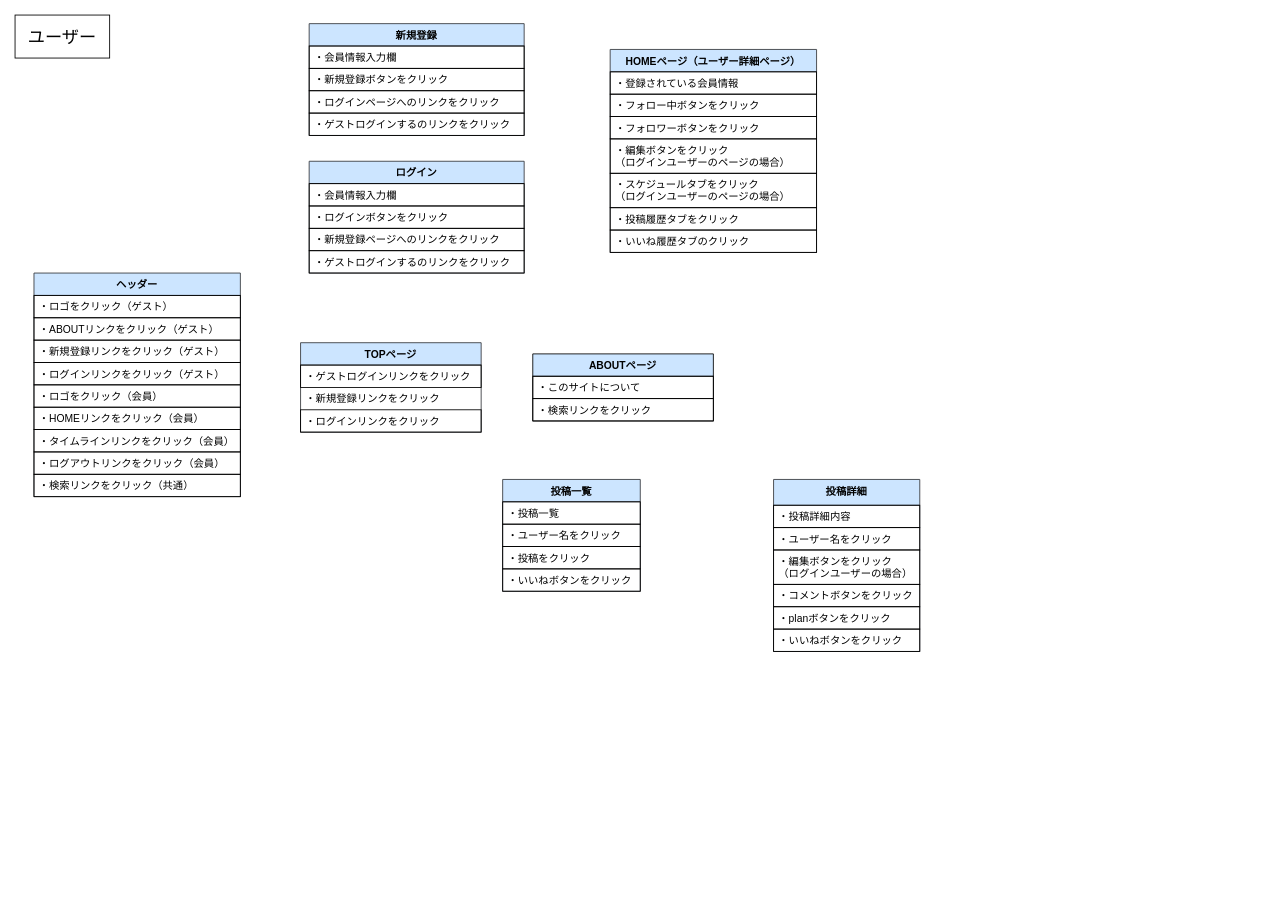
The draw.io diagram page "user" (1 of 2) of ui_flows.drawio in JunkiYuasa/trip_planning, before the edit. Source tidied: cells renumbered, new cells numbered last; positions are measured from the earlier drawing's top-left corner, leaving out a move shared by most shapes. Both pictures are drawn from the tidied source at 86%, with x=0, y=0 at pixel (15, 15).
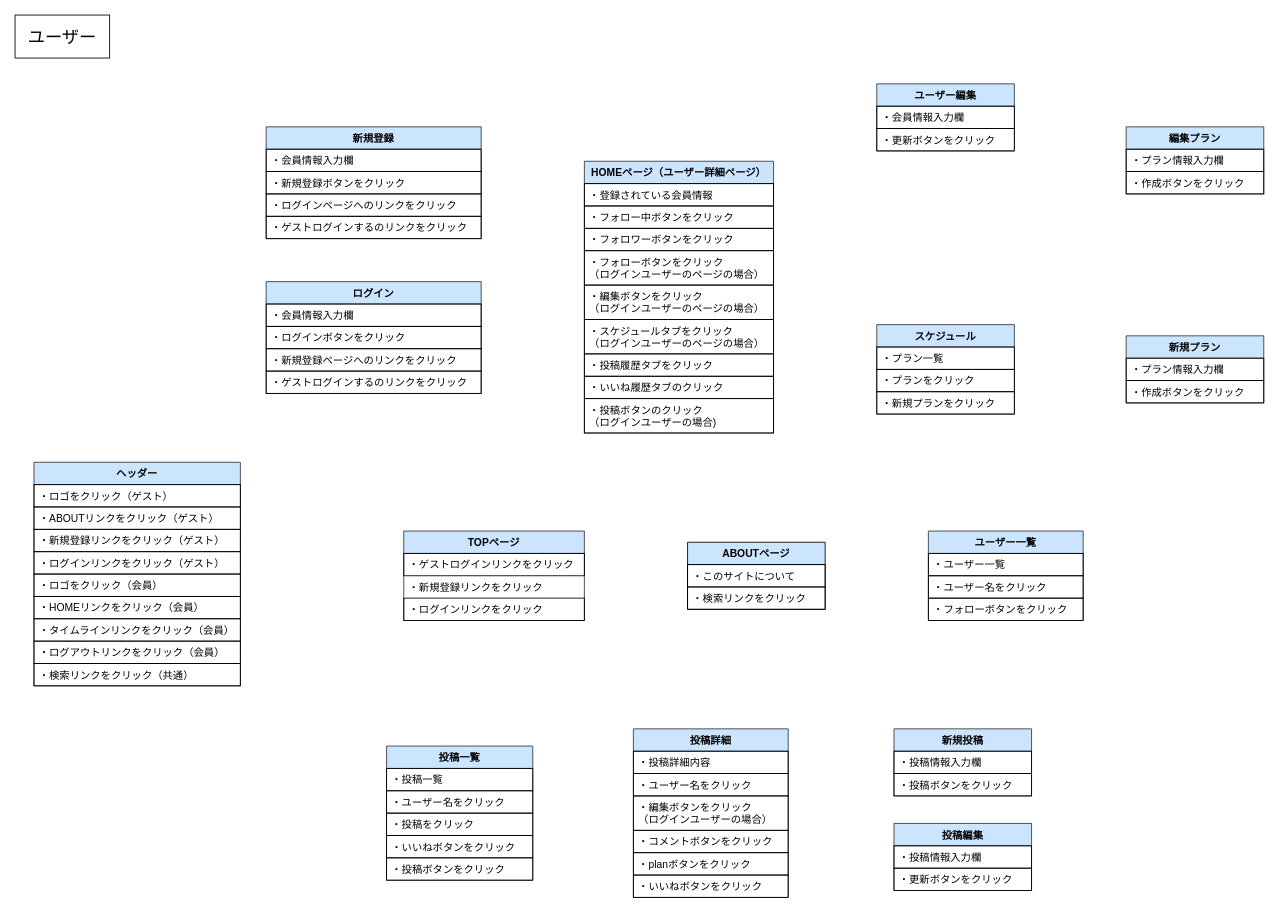
Above is the later version.

Commit message (it also covers changes not shown here):
ui_flows.drawio を更新します

Change to the diagram source:
```diff
@@
     <mxCell id="3" value="TOPページ" style="swimlane;fontStyle=1;align=center;verticalAlign=top;horizontal=1;startSize=26;whiteSpace=wrap;html=1;strokeColor=#36393d;spacingLeft=4;spacingRight=4;fontFamily=Helvetica;fontSize=12;fillColor=#cce5ff;" parent="1" vertex="1">
-      <mxGeometry x="332" y="381" width="210" height="104" as="geometry" />
+      <mxGeometry x="452" y="600" width="210" height="104" as="geometry" />
     </mxCell>
@@
     <mxCell id="7" value="ヘッダー" style="swimlane;fontStyle=1;align=center;verticalAlign=top;horizontal=1;startSize=26;whiteSpace=wrap;html=1;strokeColor=#36393d;spacingLeft=4;spacingRight=4;fontFamily=Helvetica;fontSize=12;fillColor=#cce5ff;" parent="1" vertex="1">
-      <mxGeometry x="22" y="300" width="240" height="260" as="geometry" />
+      <mxGeometry x="22" y="520" width="240" height="260" as="geometry" />
     </mxCell>
@@
     <mxCell id="17" value="新規登録" style="swimlane;fontStyle=1;align=center;verticalAlign=top;horizontal=1;startSize=26;whiteSpace=wrap;html=1;strokeColor=#36393d;spacingLeft=4;spacingRight=4;fontFamily=Helvetica;fontSize=12;fillColor=#cce5ff;" parent="1" vertex="1">
-      <mxGeometry x="342" y="10" width="250" height="130" as="geometry" />
+      <mxGeometry x="292" y="130" width="250" height="130" as="geometry" />
     </mxCell>
@@
     <mxCell id="22" value="ABOUTページ" style="swimlane;fontStyle=1;align=center;verticalAlign=top;horizontal=1;startSize=26;whiteSpace=wrap;html=1;spacingLeft=4;spacingRight=4;fontFamily=Helvetica;fontSize=12;fillColor=#cce5ff;strokeColor=default;" parent="1" vertex="1">
-      <mxGeometry x="602" y="394" width="210" height="78" as="geometry" />
+      <mxGeometry x="782" y="613" width="160" height="78" as="geometry" />
     </mxCell>
     <mxCell id="23" value="・このサイトについて" style="text;strokeColor=default;fillColor=none;align=left;verticalAlign=top;spacingLeft=4;spacingRight=4;overflow=hidden;whiteSpace=wrap;html=1;fontFamily=Helvetica;fontSize=12;fontColor=default;" parent="22" vertex="1">
-      <mxGeometry y="26" width="210" height="26" as="geometry" />
+      <mxGeometry y="26" width="160" height="26" as="geometry" />
     </mxCell>
     <mxCell id="24" value="・検索リンクをクリック" style="text;strokeColor=default;fillColor=none;align=left;verticalAlign=top;spacingLeft=4;spacingRight=4;overflow=hidden;whiteSpace=wrap;html=1;fontFamily=Helvetica;fontSize=12;fontColor=default;" parent="22" vertex="1">
-      <mxGeometry y="52" width="210" height="26" as="geometry" />
+      <mxGeometry y="52" width="160" height="26" as="geometry" />
     </mxCell>
     <mxCell id="25" value="ログイン" style="swimlane;fontStyle=1;align=center;verticalAlign=top;horizontal=1;startSize=26;whiteSpace=wrap;html=1;strokeColor=#36393d;spacingLeft=4;spacingRight=4;fontFamily=Helvetica;fontSize=12;fillColor=#cce5ff;" parent="1" vertex="1">
-      <mxGeometry x="342" y="170" width="250" height="130" as="geometry" />
+      <mxGeometry x="292" y="310" width="250" height="130" as="geometry" />
     </mxCell>
@@
     <mxCell id="30" value="HOMEページ（ユーザー詳細ページ）" style="swimlane;fontStyle=1;align=center;verticalAlign=top;horizontal=1;startSize=26;whiteSpace=wrap;html=1;strokeColor=#36393d;spacingLeft=4;spacingRight=4;fontFamily=Helvetica;fontSize=12;fillColor=#cce5ff;" parent="1" vertex="1">
-      <mxGeometry x="692" y="40" width="240" height="236" as="geometry" />
+      <mxGeometry x="662" y="170" width="220" height="316" as="geometry" />
     </mxCell>
     <mxCell id="31" value="・登録されている会員情報" style="text;strokeColor=default;fillColor=none;align=left;verticalAlign=top;spacingLeft=4;spacingRight=4;overflow=hidden;whiteSpace=wrap;html=1;fontFamily=Helvetica;fontSize=12;fontColor=default;" parent="30" vertex="1">
-      <mxGeometry y="26" width="240" height="26" as="geometry" />
+      <mxGeometry y="26" width="220" height="26" as="geometry" />
     </mxCell>
     <mxCell id="32" value="・フォロー中ボタンをクリック" style="text;strokeColor=default;fillColor=none;align=left;verticalAlign=top;spacingLeft=4;spacingRight=4;overflow=hidden;whiteSpace=wrap;html=1;fontFamily=Helvetica;fontSize=12;fontColor=default;" parent="30" vertex="1">
-      <mxGeometry y="52" width="240" height="26" as="geometry" />
+      <mxGeometry y="52" width="220" height="26" as="geometry" />
     </mxCell>
     <mxCell id="33" value="・フォロワーボタンをクリック" style="text;strokeColor=default;fillColor=none;align=left;verticalAlign=top;spacingLeft=4;spacingRight=4;overflow=hidden;whiteSpace=wrap;html=1;fontFamily=Helvetica;fontSize=12;fontColor=default;" parent="30" vertex="1">
-      <mxGeometry y="78" width="240" height="26" as="geometry" />
+      <mxGeometry y="78" width="220" height="26" as="geometry" />
     </mxCell>
+    <mxCell id="50" value="・フォローボタンをクリック&lt;div&gt;（&lt;span style=&quot;background-color: initial;&quot;&gt;ログインユーザーのページの場合&lt;/span&gt;&lt;span style=&quot;background-color: initial;&quot;&gt;）&lt;/span&gt;&lt;/div&gt;" style="text;strokeColor=default;fillColor=none;align=left;verticalAlign=top;spacingLeft=4;spacingRight=4;overflow=hidden;whiteSpace=wrap;html=1;fontFamily=Helvetica;fontSize=12;fontColor=default;" parent="30" vertex="1">
+      <mxGeometry y="104" width="220" height="40" as="geometry" />
+    </mxCell>
     <mxCell id="34" value="・編集ボタンをクリック&lt;div&gt;（ログインユーザーのページの場合）&lt;br&gt;&lt;/div&gt;" style="text;strokeColor=default;fillColor=none;align=left;verticalAlign=top;spacingLeft=4;spacingRight=4;overflow=hidden;whiteSpace=wrap;html=1;fontFamily=Helvetica;fontSize=12;fontColor=default;" parent="30" vertex="1">
-      <mxGeometry y="104" width="240" height="40" as="geometry" />
+      <mxGeometry y="144" width="220" height="40" as="geometry" />
     </mxCell>
     <mxCell id="35" value="・スケジュールタブをクリック&lt;div&gt;（ログインユーザーのページの場合）&lt;br&gt;&lt;/div&gt;" style="text;strokeColor=default;fillColor=none;align=left;verticalAlign=top;spacingLeft=4;spacingRight=4;overflow=hidden;whiteSpace=wrap;html=1;fontFamily=Helvetica;fontSize=12;fontColor=default;" parent="30" vertex="1">
-      <mxGeometry y="144" width="240" height="40" as="geometry" />
+      <mxGeometry y="184" width="220" height="40" as="geometry" />
     </mxCell>
     <mxCell id="36" value="・投稿履歴タブをクリック" style="text;strokeColor=default;fillColor=none;align=left;verticalAlign=top;spacingLeft=4;spacingRight=4;overflow=hidden;whiteSpace=wrap;html=1;fontFamily=Helvetica;fontSize=12;fontColor=default;" parent="30" vertex="1">
-      <mxGeometry y="184" width="240" height="26" as="geometry" />
+      <mxGeometry y="224" width="220" height="26" as="geometry" />
     </mxCell>
     <mxCell id="37" value="・いいね履歴タブのクリック" style="text;strokeColor=default;fillColor=none;align=left;verticalAlign=top;spacingLeft=4;spacingRight=4;overflow=hidden;whiteSpace=wrap;html=1;fontFamily=Helvetica;fontSize=12;fontColor=default;" parent="30" vertex="1">
-      <mxGeometry y="210" width="240" height="26" as="geometry" />
+      <mxGeometry y="250" width="220" height="26" as="geometry" />
     </mxCell>
+    <mxCell id="51" value="・投稿ボタンのクリック&lt;div&gt;（ログインユーザーの場合)&lt;/div&gt;" style="text;strokeColor=default;fillColor=none;align=left;verticalAlign=top;spacingLeft=4;spacingRight=4;overflow=hidden;whiteSpace=wrap;html=1;fontFamily=Helvetica;fontSize=12;fontColor=default;" parent="30" vertex="1">
+      <mxGeometry y="276" width="220" height="40" as="geometry" />
+    </mxCell>
     <mxCell id="38" value="投稿一覧" style="swimlane;fontStyle=1;align=center;verticalAlign=top;horizontal=1;startSize=26;whiteSpace=wrap;html=1;strokeColor=#36393d;spacingLeft=4;spacingRight=4;fontFamily=Helvetica;fontSize=12;fillColor=#cce5ff;" parent="1" vertex="1">
-      <mxGeometry x="567" y="540" width="160" height="130" as="geometry" />
+      <mxGeometry x="432" y="850" width="170" height="156" as="geometry" />
     </mxCell>
     <mxCell id="39" value="・投稿一覧" style="text;strokeColor=default;fillColor=none;align=left;verticalAlign=top;spacingLeft=4;spacingRight=4;overflow=hidden;whiteSpace=wrap;html=1;fontFamily=Helvetica;fontSize=12;fontColor=default;" parent="38" vertex="1">
-      <mxGeometry y="26" width="160" height="26" as="geometry" />
+      <mxGeometry y="26" width="170" height="26" as="geometry" />
     </mxCell>
     <mxCell id="40" value="・ユーザー名をクリック" style="text;strokeColor=default;fillColor=none;align=left;verticalAlign=top;spacingLeft=4;spacingRight=4;overflow=hidden;whiteSpace=wrap;html=1;fontFamily=Helvetica;fontSize=12;fontColor=default;" parent="38" vertex="1">
-      <mxGeometry y="52" width="160" height="26" as="geometry" />
+      <mxGeometry y="52" width="170" height="26" as="geometry" />
     </mxCell>
     <mxCell id="41" value="・投稿をクリック" style="text;strokeColor=default;fillColor=none;align=left;verticalAlign=top;spacingLeft=4;spacingRight=4;overflow=hidden;whiteSpace=wrap;html=1;fontFamily=Helvetica;fontSize=12;fontColor=default;" parent="38" vertex="1">
-      <mxGeometry y="78" width="160" height="26" as="geometry" />
+      <mxGeometry y="78" width="170" height="26" as="geometry" />
     </mxCell>
     <mxCell id="42" value="・いいねボタンをクリック" style="text;strokeColor=default;fillColor=none;align=left;verticalAlign=top;spacingLeft=4;spacingRight=4;overflow=hidden;whiteSpace=wrap;html=1;fontFamily=Helvetica;fontSize=12;fontColor=default;" parent="38" vertex="1">
-      <mxGeometry y="104" width="160" height="26" as="geometry" />
+      <mxGeometry y="104" width="170" height="26" as="geometry" />
     </mxCell>
+    <mxCell id="52" value="・投稿ボタンをクリック" style="text;strokeColor=default;fillColor=none;align=left;verticalAlign=top;spacingLeft=4;spacingRight=4;overflow=hidden;whiteSpace=wrap;html=1;fontFamily=Helvetica;fontSize=12;fontColor=default;" parent="38" vertex="1">
+      <mxGeometry y="130" width="170" height="26" as="geometry" />
+    </mxCell>
-    <mxCell id="43" value="投稿詳細" style="swimlane;fontStyle=1;align=center;verticalAlign=top;horizontal=1;startSize=30;whiteSpace=wrap;html=1;strokeColor=#36393d;spacingLeft=4;spacingRight=4;fontFamily=Helvetica;fontSize=12;fillColor=#cce5ff;" parent="1" vertex="1">
-      <mxGeometry x="882" y="540" width="170" height="200" as="geometry" />
+    <mxCell id="43" value="投稿詳細" style="swimlane;fontStyle=1;align=center;verticalAlign=top;horizontal=1;startSize=26;whiteSpace=wrap;html=1;strokeColor=#36393d;spacingLeft=4;spacingRight=4;fontFamily=Helvetica;fontSize=12;fillColor=#cce5ff;" parent="1" vertex="1">
+      <mxGeometry x="719" y="830" width="180" height="196" as="geometry" />
     </mxCell>
     <mxCell id="44" value="・投稿詳細内容" style="text;strokeColor=default;fillColor=none;align=left;verticalAlign=top;spacingLeft=4;spacingRight=4;overflow=hidden;whiteSpace=wrap;html=1;fontFamily=Helvetica;fontSize=12;fontColor=default;" parent="43" vertex="1">
-      <mxGeometry y="30" width="170" height="26" as="geometry" />
+      <mxGeometry y="26" width="180" height="26" as="geometry" />
     </mxCell>
-    <mxCell id="45" value="・ユーザー名をクリック" style="text;strokeColor=default;fillColor=none;align=left;verticalAlign=top;spacingLeft=4;spacingRight=4;overflow=hidden;whiteSpace=wrap;html=1;fontFamily=Helvetica;fontSize=12;fontColor=default;" parent="43" vertex="1">
-      <mxGeometry y="56" width="170" height="26" as="geometry" />
-    </mxCell>
+    <mxCell id="53" value="・ユーザー名をクリック" style="text;strokeColor=default;fillColor=none;align=left;verticalAlign=top;spacingLeft=4;spacingRight=4;overflow=hidden;whiteSpace=wrap;html=1;fontFamily=Helvetica;fontSize=12;fontColor=default;" parent="43" vertex="1">
+      <mxGeometry y="52" width="180" height="26" as="geometry" />
+    </mxCell>
     <mxCell id="46" value="・編集ボタンをクリック&lt;div&gt;（ログインユーザーの場合）&lt;/div&gt;" style="text;strokeColor=default;fillColor=none;align=left;verticalAlign=top;spacingLeft=4;spacingRight=4;overflow=hidden;whiteSpace=wrap;html=1;fontFamily=Helvetica;fontSize=12;fontColor=default;" parent="43" vertex="1">
-      <mxGeometry y="82" width="170" height="40" as="geometry" />
+      <mxGeometry y="78" width="180" height="40" as="geometry" />
     </mxCell>
     <mxCell id="47" value="・コメントボタンをクリック" style="text;strokeColor=default;fillColor=none;align=left;verticalAlign=top;spacingLeft=4;spacingRight=4;overflow=hidden;whiteSpace=wrap;html=1;fontFamily=Helvetica;fontSize=12;fontColor=default;" parent="43" vertex="1">
-      <mxGeometry y="122" width="170" height="26" as="geometry" />
+      <mxGeometry y="118" width="180" height="26" as="geometry" />
     </mxCell>
     <mxCell id="48" value="・planボタンをクリック" style="text;strokeColor=default;fillColor=none;align=left;verticalAlign=top;spacingLeft=4;spacingRight=4;overflow=hidden;whiteSpace=wrap;html=1;fontFamily=Helvetica;fontSize=12;fontColor=default;" parent="43" vertex="1">
-      <mxGeometry y="148" width="170" height="26" as="geometry" />
+      <mxGeometry y="144" width="180" height="26" as="geometry" />
     </mxCell>
     <mxCell id="49" value="・いいねボタンをクリック" style="text;strokeColor=default;fillColor=none;align=left;verticalAlign=top;spacingLeft=4;spacingRight=4;overflow=hidden;whiteSpace=wrap;html=1;fontFamily=Helvetica;fontSize=12;fontColor=default;" parent="43" vertex="1">
-      <mxGeometry y="174" width="170" height="26" as="geometry" />
+      <mxGeometry y="170" width="180" height="26" as="geometry" />
     </mxCell>
+    <mxCell id="54" value="投稿編集" style="swimlane;fontStyle=1;align=center;verticalAlign=top;horizontal=1;startSize=26;whiteSpace=wrap;html=1;strokeColor=#36393d;spacingLeft=4;spacingRight=4;fontFamily=Helvetica;fontSize=12;fillColor=#cce5ff;" parent="1" vertex="1">
+      <mxGeometry x="1022" y="940" width="160" height="78" as="geometry" />
+    </mxCell>
+    <mxCell id="55" value="・投稿情報入力欄" style="text;strokeColor=default;fillColor=none;align=left;verticalAlign=top;spacingLeft=4;spacingRight=4;overflow=hidden;whiteSpace=wrap;html=1;fontFamily=Helvetica;fontSize=12;fontColor=default;" parent="54" vertex="1">
+      <mxGeometry y="26" width="160" height="26" as="geometry" />
+    </mxCell>
+    <mxCell id="56" value="・更新ボタンをクリック" style="text;strokeColor=default;fillColor=none;align=left;verticalAlign=top;spacingLeft=4;spacingRight=4;overflow=hidden;whiteSpace=wrap;html=1;fontFamily=Helvetica;fontSize=12;fontColor=default;" parent="54" vertex="1">
+      <mxGeometry y="52" width="160" height="26" as="geometry" />
+    </mxCell>
+    <mxCell id="57" value="新規投稿" style="swimlane;fontStyle=1;align=center;verticalAlign=top;horizontal=1;startSize=26;whiteSpace=wrap;html=1;strokeColor=#36393d;spacingLeft=4;spacingRight=4;fontFamily=Helvetica;fontSize=12;fillColor=#cce5ff;" parent="1" vertex="1">
+      <mxGeometry x="1022" y="830" width="160" height="78" as="geometry" />
+    </mxCell>
+    <mxCell id="58" value="・投稿情報入力欄" style="text;strokeColor=default;fillColor=none;align=left;verticalAlign=top;spacingLeft=4;spacingRight=4;overflow=hidden;whiteSpace=wrap;html=1;fontFamily=Helvetica;fontSize=12;fontColor=default;" parent="57" vertex="1">
+      <mxGeometry y="26" width="160" height="26" as="geometry" />
+    </mxCell>
+    <mxCell id="59" value="・投稿ボタンをクリック" style="text;strokeColor=default;fillColor=none;align=left;verticalAlign=top;spacingLeft=4;spacingRight=4;overflow=hidden;whiteSpace=wrap;html=1;fontFamily=Helvetica;fontSize=12;fontColor=default;" parent="57" vertex="1">
+      <mxGeometry y="52" width="160" height="26" as="geometry" />
+    </mxCell>
+    <mxCell id="60" value="ユーザー一覧" style="swimlane;fontStyle=1;align=center;verticalAlign=top;horizontal=1;startSize=26;whiteSpace=wrap;html=1;strokeColor=#36393d;spacingLeft=4;spacingRight=4;fontFamily=Helvetica;fontSize=12;fillColor=#cce5ff;" parent="1" vertex="1">
+      <mxGeometry x="1062" y="600" width="180" height="104" as="geometry" />
+    </mxCell>
+    <mxCell id="61" value="・ユーザー一覧" style="text;strokeColor=default;fillColor=none;align=left;verticalAlign=top;spacingLeft=4;spacingRight=4;overflow=hidden;whiteSpace=wrap;html=1;fontFamily=Helvetica;fontSize=12;fontColor=default;" parent="60" vertex="1">
+      <mxGeometry y="26" width="180" height="26" as="geometry" />
+    </mxCell>
+    <mxCell id="62" value="・ユーザー名をクリック" style="text;strokeColor=default;fillColor=none;align=left;verticalAlign=top;spacingLeft=4;spacingRight=4;overflow=hidden;whiteSpace=wrap;html=1;fontFamily=Helvetica;fontSize=12;fontColor=default;" parent="60" vertex="1">
+      <mxGeometry y="52" width="180" height="26" as="geometry" />
+    </mxCell>
+    <mxCell id="63" value="・フォローボタンをクリック" style="text;strokeColor=default;fillColor=none;align=left;verticalAlign=top;spacingLeft=4;spacingRight=4;overflow=hidden;whiteSpace=wrap;html=1;fontFamily=Helvetica;fontSize=12;fontColor=default;" parent="60" vertex="1">
+      <mxGeometry y="78" width="180" height="26" as="geometry" />
+    </mxCell>
+    <mxCell id="64" value="ユーザー編集" style="swimlane;fontStyle=1;align=center;verticalAlign=top;horizontal=1;startSize=26;whiteSpace=wrap;html=1;strokeColor=#36393d;spacingLeft=4;spacingRight=4;fontFamily=Helvetica;fontSize=12;fillColor=#cce5ff;" parent="1" vertex="1">
+      <mxGeometry x="1002" y="80" width="160" height="78" as="geometry" />
+    </mxCell>
+    <mxCell id="65" value="・会員情報入力欄" style="text;strokeColor=default;fillColor=none;align=left;verticalAlign=top;spacingLeft=4;spacingRight=4;overflow=hidden;whiteSpace=wrap;html=1;fontFamily=Helvetica;fontSize=12;fontColor=default;" parent="64" vertex="1">
+      <mxGeometry y="26" width="160" height="26" as="geometry" />
+    </mxCell>
+    <mxCell id="66" value="・更新ボタンをクリック" style="text;strokeColor=default;fillColor=none;align=left;verticalAlign=top;spacingLeft=4;spacingRight=4;overflow=hidden;whiteSpace=wrap;html=1;fontFamily=Helvetica;fontSize=12;fontColor=default;" parent="64" vertex="1">
+      <mxGeometry y="52" width="160" height="26" as="geometry" />
+    </mxCell>
+    <mxCell id="67" value="スケジュール" style="swimlane;fontStyle=1;align=center;verticalAlign=top;horizontal=1;startSize=26;whiteSpace=wrap;html=1;strokeColor=#36393d;spacingLeft=4;spacingRight=4;fontFamily=Helvetica;fontSize=12;fillColor=#cce5ff;" parent="1" vertex="1">
+      <mxGeometry x="1002" y="360" width="160" height="104" as="geometry" />
+    </mxCell>
+    <mxCell id="68" value="・プラン一覧" style="text;strokeColor=default;fillColor=none;align=left;verticalAlign=top;spacingLeft=4;spacingRight=4;overflow=hidden;whiteSpace=wrap;html=1;fontFamily=Helvetica;fontSize=12;fontColor=default;" parent="67" vertex="1">
+      <mxGeometry y="26" width="160" height="26" as="geometry" />
+    </mxCell>
+    <mxCell id="69" value="・プランをクリック" style="text;strokeColor=default;fillColor=none;align=left;verticalAlign=top;spacingLeft=4;spacingRight=4;overflow=hidden;whiteSpace=wrap;html=1;fontFamily=Helvetica;fontSize=12;fontColor=default;" parent="67" vertex="1">
+      <mxGeometry y="52" width="160" height="26" as="geometry" />
+    </mxCell>
+    <mxCell id="70" value="・新規プランをクリック" style="text;strokeColor=default;fillColor=none;align=left;verticalAlign=top;spacingLeft=4;spacingRight=4;overflow=hidden;whiteSpace=wrap;html=1;fontFamily=Helvetica;fontSize=12;fontColor=default;" parent="67" vertex="1">
+      <mxGeometry y="78" width="160" height="26" as="geometry" />
+    </mxCell>
+    <mxCell id="71" value="編集プラン" style="swimlane;fontStyle=1;align=center;verticalAlign=top;horizontal=1;startSize=26;whiteSpace=wrap;html=1;strokeColor=#36393d;spacingLeft=4;spacingRight=4;fontFamily=Helvetica;fontSize=12;fillColor=#cce5ff;" parent="1" vertex="1">
+      <mxGeometry x="1292" y="130" width="160" height="78" as="geometry" />
+    </mxCell>
+    <mxCell id="72" value="・プラン情報入力欄" style="text;strokeColor=default;fillColor=none;align=left;verticalAlign=top;spacingLeft=4;spacingRight=4;overflow=hidden;whiteSpace=wrap;html=1;fontFamily=Helvetica;fontSize=12;fontColor=default;" parent="71" vertex="1">
+      <mxGeometry y="26" width="160" height="26" as="geometry" />
+    </mxCell>
+    <mxCell id="73" value="・作成ボタンをクリック" style="text;strokeColor=default;fillColor=none;align=left;verticalAlign=top;spacingLeft=4;spacingRight=4;overflow=hidden;whiteSpace=wrap;html=1;fontFamily=Helvetica;fontSize=12;fontColor=default;" parent="71" vertex="1">
+      <mxGeometry y="52" width="160" height="26" as="geometry" />
+    </mxCell>
+    <mxCell id="74" value="新規プラン" style="swimlane;fontStyle=1;align=center;verticalAlign=top;horizontal=1;startSize=26;whiteSpace=wrap;html=1;strokeColor=#36393d;spacingLeft=4;spacingRight=4;fontFamily=Helvetica;fontSize=12;fillColor=#cce5ff;" parent="1" vertex="1">
+      <mxGeometry x="1292" y="373" width="160" height="78" as="geometry" />
+    </mxCell>
+    <mxCell id="75" value="・プラン情報入力欄" style="text;strokeColor=default;fillColor=none;align=left;verticalAlign=top;spacingLeft=4;spacingRight=4;overflow=hidden;whiteSpace=wrap;html=1;fontFamily=Helvetica;fontSize=12;fontColor=default;" parent="74" vertex="1">
+      <mxGeometry y="26" width="160" height="26" as="geometry" />
+    </mxCell>
+    <mxCell id="76" value="・作成ボタンをクリック" style="text;strokeColor=default;fillColor=none;align=left;verticalAlign=top;spacingLeft=4;spacingRight=4;overflow=hidden;whiteSpace=wrap;html=1;fontFamily=Helvetica;fontSize=12;fontColor=default;" parent="74" vertex="1">
+      <mxGeometry y="52" width="160" height="26" as="geometry" />
+    </mxCell>
```
